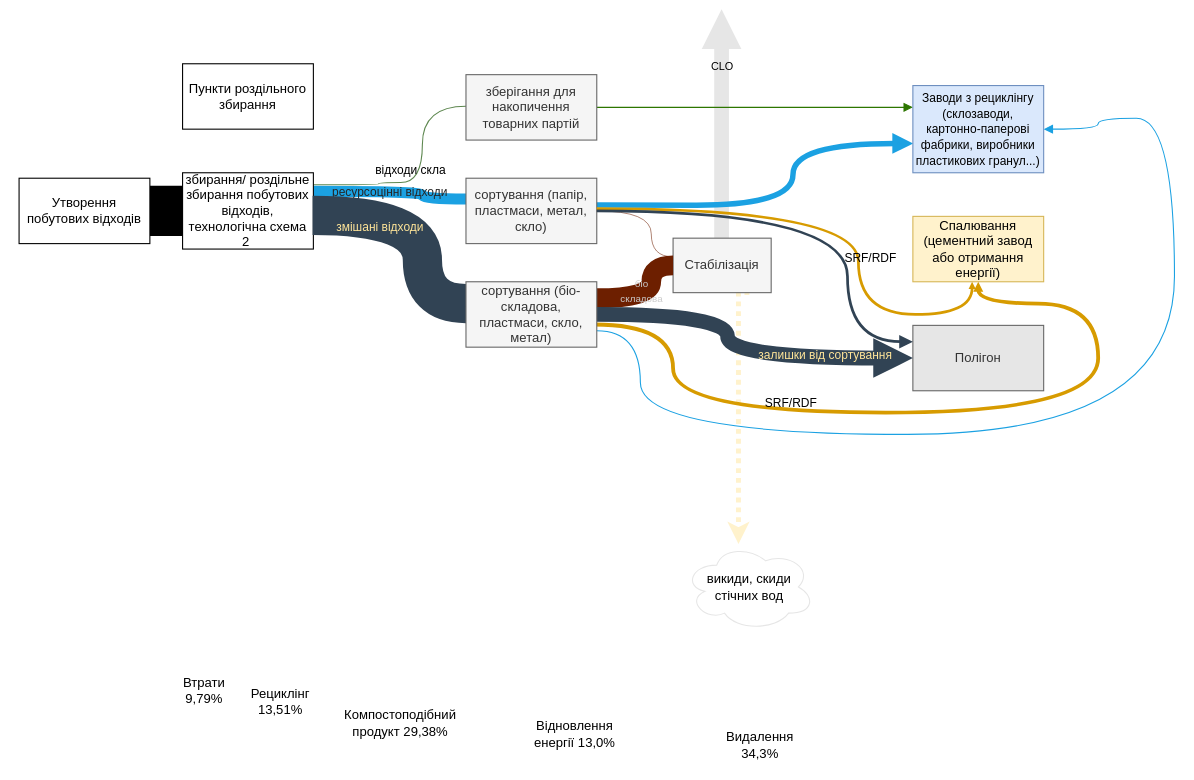
Before: page "Page-1" (1 of 2) of Untitled Diagram.drawio in dianaaiandor/diagram-di, a draw.io diagram. Source tidied: cells renumbered, new cells numbered last; positions are measured from the earlier drawing's top-left corner, leaving out a move shared by most shapes. Both pictures are drawn from the tidied source at 109%, with x=0, y=0 at pixel (19, 9).
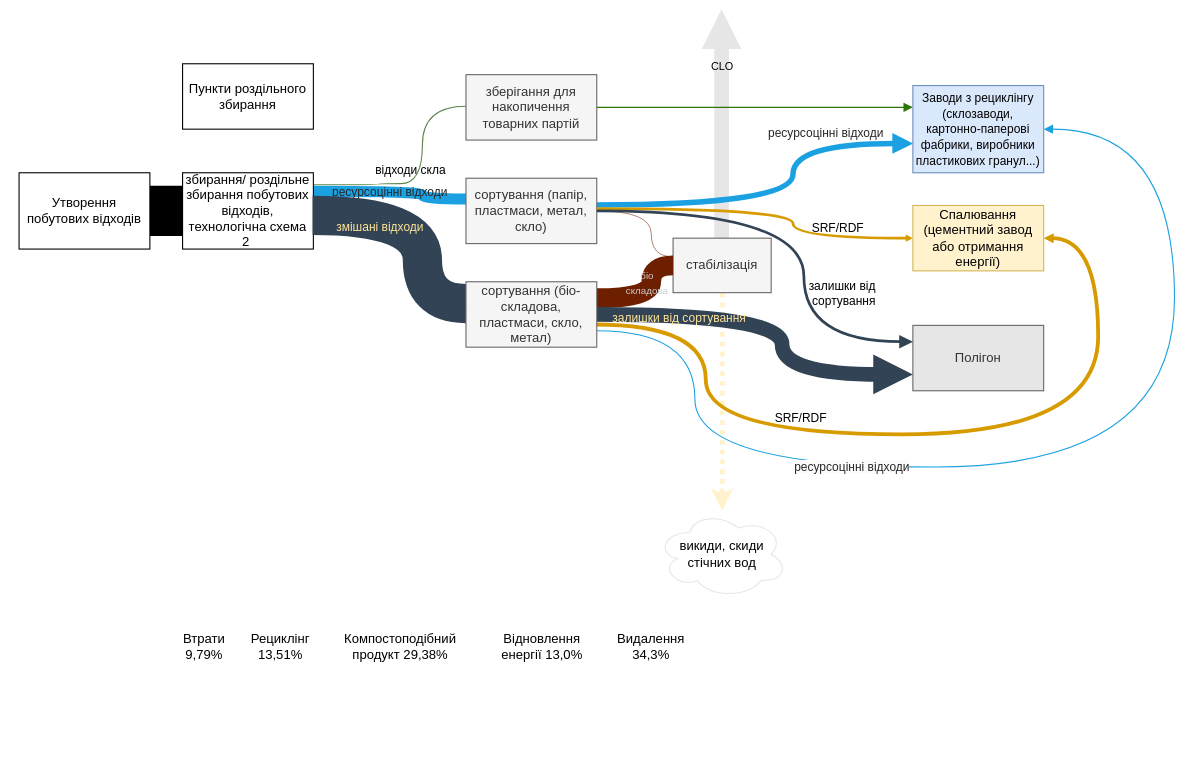
After the change.

Unchanged cells that the change refers to:
```xml
<mxCell id="15" value="сортування (папір, пластмаси, метал, скло)" style="whiteSpace=wrap;html=1;rounded=0;fillColor=#f5f5f5;fontColor=#333333;strokeColor=#666666;" parent="1" vertex="1">
  <mxGeometry x="410" y="155" width="120" height="60" as="geometry" />
</mxCell>
<mxCell id="16" value="&lt;font style=&quot;font-size: 11px;&quot;&gt;Заводи з рециклінгу (склозаводи, картонно-паперові фабрики, виробники пластикових гранул...)&lt;/font&gt;" style="whiteSpace=wrap;html=1;fillColor=#dae8fc;strokeColor=#6c8ebf;rounded=0;" parent="1" vertex="1">
  <mxGeometry x="820" y="70" width="120" height="80" as="geometry" />
</mxCell>
<mxCell id="19" value="Полігон" style="whiteSpace=wrap;html=1;fillColor=#E6E6E6;strokeColor=#666666;fontColor=#333333;" parent="1" vertex="1">
  <mxGeometry x="820" y="290" width="120" height="60" as="geometry" />
</mxCell>
<mxCell id="22" style="edgeStyle=orthogonalEdgeStyle;jettySize=auto;html=1;rounded=0;curved=1;strokeWidth=18;endArrow=none;endFill=0;fillColor=#a0522d;strokeColor=#6D1F00;exitX=1;exitY=0.25;exitDx=0;exitDy=0;entryX=0;entryY=0.5;entryDx=0;entryDy=0;" parent="1" edge="1" source="37" target="21">
  <mxGeometry relative="1" as="geometry">
    <Array as="points">
      <mxPoint x="580" y="265" />
      <mxPoint x="580" y="235" />
    </Array>
  </mxGeometry>
</mxCell>
<mxCell id="37" value="сортування (біо-складова, пластмаси, скло, метал)" style="rounded=0;whiteSpace=wrap;html=1;fillColor=#f5f5f5;fontColor=#333333;strokeColor=#666666;" parent="1" vertex="1">
  <mxGeometry x="410" y="250" width="120" height="60" as="geometry" />
</mxCell>
```

The edit, as a diff of the source:
```diff
@@
-    <mxCell id="4" style="edgeStyle=orthogonalEdgeStyle;rounded=0;jettySize=auto;html=1;strokeWidth=4.5;fillColor=#f9f7ed;strokeColor=#FFF2CC;dashed=1;dashPattern=1 1;" parent="1" edge="1" target="27">
+    <mxCell id="4" style="edgeStyle=orthogonalEdgeStyle;rounded=0;jettySize=auto;html=1;strokeWidth=4.5;fillColor=#f9f7ed;strokeColor=#FFF2CC;dashed=1;dashPattern=1 1;exitX=0.5;exitY=1;exitDx=0;exitDy=0;" parent="1" edge="1" source="21" target="27">
       <mxGeometry relative="1" as="geometry">
-        <mxPoint x="670" y="260" as="sourcePoint" />
         <Array as="points">
-          <mxPoint x="660" y="260" />
+          <mxPoint x="645" y="410" />
+          <mxPoint x="645" y="410" />
         </Array>
       </mxGeometry>
     </mxCell>
     <mxCell id="5" style="edgeStyle=orthogonalEdgeStyle;rounded=0;orthogonalLoop=1;jettySize=auto;html=1;curved=1;fillColor=#6d8764;strokeColor=#5D874F;endArrow=none;endFill=0;entryX=1;entryY=0.5;entryDx=0;entryDy=0;" parent="1" edge="1">
       <mxGeometry relative="1" as="geometry">
         <mxPoint x="270" y="161" as="sourcePoint" />
         <mxPoint x="410" y="89" as="targetPoint" />
         <Array as="points">
           <mxPoint x="330" y="161" />
-          <mxPoint x="330" y="159" />
-          <mxPoint x="370" y="159" />
+          <mxPoint x="330" y="160" />
+          <mxPoint x="370" y="160" />
           <mxPoint x="370" y="89" />
         </Array>
       </mxGeometry>
     </mxCell>
@@
-    <mxCell id="10" style="edgeStyle=orthogonalEdgeStyle;rounded=0;jettySize=auto;html=1;curved=1;entryX=0.5;entryY=1;entryDx=0;entryDy=0;strokeWidth=3.5;fillColor=#ffcd28;strokeColor=#d79b00;gradientColor=#ffa500;exitX=0.982;exitY=0.653;exitDx=0;exitDy=0;endArrow=block;endFill=1;exitPerimeter=0;endSize=0;" parent="1" edge="1" source="37" target="39">
+    <mxCell id="10" style="edgeStyle=orthogonalEdgeStyle;rounded=0;jettySize=auto;html=1;curved=1;entryX=1;entryY=0.5;entryDx=0;entryDy=0;strokeWidth=3.5;fillColor=#ffcd28;strokeColor=#d79b00;gradientColor=#ffa500;exitX=0.982;exitY=0.653;exitDx=0;exitDy=0;endArrow=block;endFill=1;exitPerimeter=0;endSize=0;" parent="1" edge="1" source="37" target="39">
       <mxGeometry relative="1" as="geometry">
         <Array as="points">
-          <mxPoint x="600" y="289" />
-          <mxPoint x="600" y="370" />
-          <mxPoint x="990" y="370" />
-          <mxPoint x="990" y="270" />
-          <mxPoint x="880" y="270" />
+          <mxPoint x="630" y="289" />
+          <mxPoint x="630" y="390" />
+          <mxPoint x="990" y="390" />
+          <mxPoint x="990" y="210" />
         </Array>
       </mxGeometry>
     </mxCell>
     <mxCell id="11" value="SRF/RDF" style="edgeLabel;html=1;align=center;verticalAlign=middle;labelBackgroundColor=none;" parent="10" vertex="1">
       <mxGeometry x="-0.56" y="-15" relative="1" as="geometry">
-        <mxPoint x="90" y="-25" as="offset" />
+        <mxPoint x="101" y="13" as="offset" />
       </mxGeometry>
     </mxCell>
@@
     <mxCell id="14" style="edgeStyle=orthogonalEdgeStyle;rounded=0;jettySize=auto;html=1;curved=1;strokeWidth=5;fillColor=#1ba1e2;strokeColor=#1BA1E2;endArrow=block;endFill=1;entryX=0.002;entryY=0.664;entryDx=0;entryDy=0;exitX=0.988;exitY=0.409;exitDx=0;exitDy=0;exitPerimeter=0;entryPerimeter=0;" parent="1" edge="1" source="15" target="16">
       <mxGeometry relative="1" as="geometry">
         <Array as="points">
-          <mxPoint x="530" y="180" />
-          <mxPoint x="710" y="180" />
-          <mxPoint x="710" y="130" />
+          <mxPoint x="710" y="179" />
+          <mxPoint x="710" y="123" />
         </Array>
       </mxGeometry>
     </mxCell>
+    <mxCell id="41" value="&lt;span style=&quot;caret-color: rgb(38, 38, 38); color: rgb(38, 38, 38);&quot;&gt;&lt;font face=&quot;Helvetica&quot;&gt;ресурсоцінні відходи&lt;/font&gt;&lt;/span&gt;" style="edgeLabel;html=1;align=center;verticalAlign=middle;labelBackgroundColor=none;" parent="14" vertex="1">
+      <mxGeometry x="-0.18" y="5" relative="1" as="geometry">
+        <mxPoint x="68" y="-61" as="offset" />
+      </mxGeometry>
+    </mxCell>
@@
-    <mxCell id="17" style="edgeStyle=orthogonalEdgeStyle;jettySize=auto;html=1;rounded=0;curved=1;strokeWidth=2.5;fillColor=#ffcd28;strokeColor=#d79b00;gradientColor=#ffa500;startArrow=none;startFill=0;endArrow=block;endFill=1;exitX=1;exitY=0.5;exitDx=0;exitDy=0;entryX=0.453;entryY=1.001;entryDx=0;entryDy=0;entryPerimeter=0;endSize=0;" parent="1" edge="1" target="39">
+    <mxCell id="17" style="edgeStyle=orthogonalEdgeStyle;jettySize=auto;html=1;rounded=0;curved=1;strokeWidth=2.5;fillColor=#ffcd28;strokeColor=#d79b00;gradientColor=#ffa500;startArrow=none;startFill=0;endArrow=block;endFill=1;exitX=1;exitY=0.5;exitDx=0;exitDy=0;endSize=0;entryX=0;entryY=0.5;entryDx=0;entryDy=0;" parent="1" edge="1" target="39">
       <mxGeometry relative="1" as="geometry">
         <mxPoint x="530" y="183" as="sourcePoint" />
         <Array as="points">
-          <mxPoint x="770" y="183" />
-          <mxPoint x="770" y="280" />
-          <mxPoint x="874" y="280" />
+          <mxPoint x="710" y="183" />
+          <mxPoint x="710" y="210" />
         </Array>
       </mxGeometry>
     </mxCell>
     <mxCell id="18" value="SRF/RDF" style="edgeLabel;html=1;align=center;verticalAlign=middle;labelBackgroundColor=none;" parent="17" vertex="1">
       <mxGeometry x="0.25" relative="1" as="geometry">
-        <mxPoint x="10" y="-11" as="offset" />
+        <mxPoint x="40" y="-1" as="offset" />
       </mxGeometry>
     </mxCell>
@@
-    <mxCell id="21" value="Стабілізація" style="whiteSpace=wrap;html=1;fillColor=#f5f5f5;fontColor=#333333;strokeColor=#666666;" parent="1" vertex="1">
+    <mxCell id="21" value="стабілізація" style="whiteSpace=wrap;html=1;fillColor=#f5f5f5;fontColor=#333333;strokeColor=#666666;" parent="1" vertex="1">
       <mxGeometry x="600" y="210" width="90" height="50" as="geometry" />
     </mxCell>
@@
     <mxCell id="23" value="&lt;span style=&quot;white-space: normal; caret-color: rgb(51, 51, 51); text-align: left;&quot;&gt;&lt;font style=&quot;font-size: 9px;&quot; face=&quot;Helvetica&quot;&gt;біо складова&lt;/font&gt;&lt;/span&gt;" style="edgeLabel;html=1;align=center;verticalAlign=middle;labelBackgroundColor=none;fontColor=#CCCCCC;" parent="22" vertex="1">
       <mxGeometry x="0.12" y="3" relative="1" as="geometry">
-        <mxPoint x="-7" y="-2" as="offset" />
+        <mxPoint x="-2" y="-9" as="offset" />
       </mxGeometry>
     </mxCell>
-    <mxCell id="24" style="edgeStyle=orthogonalEdgeStyle;jettySize=auto;html=1;rounded=0;curved=1;exitX=1;exitY=0.5;exitDx=0;exitDy=0;strokeWidth=13.5;fillColor=#647687;strokeColor=#314354;endArrow=block;endFill=1;endSize=1;" parent="1" edge="1" source="37" target="19">
+    <mxCell id="24" style="edgeStyle=orthogonalEdgeStyle;jettySize=auto;html=1;rounded=0;curved=1;exitX=1;exitY=0.5;exitDx=0;exitDy=0;strokeWidth=13.5;fillColor=#647687;strokeColor=#314354;endArrow=block;endFill=1;endSize=1;entryX=0;entryY=0.75;entryDx=0;entryDy=0;" parent="1" edge="1" source="37" target="19">
       <mxGeometry relative="1" as="geometry">
         <Array as="points">
-          <mxPoint x="650" y="280" />
-          <mxPoint x="650" y="320" />
+          <mxPoint x="700" y="280" />
+          <mxPoint x="700" y="335" />
         </Array>
       </mxGeometry>
     </mxCell>
     <mxCell id="25" value="залишки від сортування&amp;nbsp;" style="edgeLabel;html=1;align=center;verticalAlign=middle;labelBackgroundColor=none;fontColor=#FFE599;" parent="24" vertex="1">
       <mxGeometry x="-0.2" y="-1" relative="1" as="geometry">
-        <mxPoint x="91" y="24" as="offset" />
+        <mxPoint x="-62" y="1" as="offset" />
       </mxGeometry>
     </mxCell>
     <mxCell id="26" style="edgeStyle=orthogonalEdgeStyle;jettySize=auto;html=1;rounded=0;curved=1;fillColor=#1ba1e2;strokeColor=#1BA1E2;endArrow=block;endFill=1;exitX=1;exitY=0.75;exitDx=0;exitDy=0;entryX=1;entryY=0.5;entryDx=0;entryDy=0;" parent="1" edge="1" source="37" target="16">
       <mxGeometry relative="1" as="geometry">
         <Array as="points">
-          <mxPoint x="570" y="295" />
-          <mxPoint x="570" y="390" />
-          <mxPoint x="1060" y="390" />
-          <mxPoint x="1060" y="100" />
-          <mxPoint x="990" y="100" />
-          <mxPoint x="990" y="110" />
+          <mxPoint x="620" y="295" />
+          <mxPoint x="620" y="420" />
+          <mxPoint x="1060" y="420" />
+          <mxPoint x="1060" y="110" />
         </Array>
       </mxGeometry>
     </mxCell>
+    <mxCell id="42" value="&lt;span style=&quot;caret-color: rgb(38, 38, 38); color: rgb(38, 38, 38); font-family: Arial; background-color: rgb(251, 251, 251);&quot;&gt;ресурсоцінні відходи&lt;/span&gt;" style="edgeLabel;html=1;align=center;verticalAlign=middle;" parent="26" vertex="1">
+      <mxGeometry x="-0.34" y="1" relative="1" as="geometry" />
+    </mxCell>
     <mxCell id="27" value="викиди, скиди стічних вод" style="ellipse;shape=cloud;whiteSpace=wrap;html=1;strokeColor=#E6E6E6;" parent="1" vertex="1">
-      <mxGeometry x="610" y="490" width="120" height="80" as="geometry" />
+      <mxGeometry x="585" y="460" width="120" height="80" as="geometry" />
     </mxCell>
     <mxCell id="28" value="Рециклінг 13,51%" style="text;strokeColor=none;align=center;fillColor=none;html=1;verticalAlign=middle;whiteSpace=wrap;rounded=0;" parent="1" vertex="1">
-      <mxGeometry x="210" y="620" width="60" height="30" as="geometry" />
+      <mxGeometry x="210" y="570" width="60" height="30" as="geometry" />
     </mxCell>
     <mxCell id="29" value="Відновлення енергії 13,0%" style="text;strokeColor=none;align=center;fillColor=none;html=1;verticalAlign=middle;whiteSpace=wrap;rounded=0;" parent="1" vertex="1">
-      <mxGeometry x="460" y="650" width="100" height="30" as="geometry" />
+      <mxGeometry x="430" y="570" width="100" height="30" as="geometry" />
     </mxCell>
     <mxCell id="30" value="Видалення 34,3%" style="text;strokeColor=none;align=center;fillColor=none;html=1;verticalAlign=middle;whiteSpace=wrap;rounded=0;" parent="1" vertex="1">
-      <mxGeometry x="630" y="660" width="100" height="30" as="geometry" />
+      <mxGeometry x="530" y="570" width="100" height="30" as="geometry" />
     </mxCell>
     <mxCell id="31" value="Компостоподібний продукт 29,38%" style="text;strokeColor=none;align=center;fillColor=none;html=1;verticalAlign=middle;whiteSpace=wrap;rounded=0;" parent="1" vertex="1">
-      <mxGeometry x="290" y="640" width="120" height="30" as="geometry" />
+      <mxGeometry x="290" y="570" width="120" height="30" as="geometry" />
     </mxCell>
     <mxCell id="32" value="Втрати 9,79%" style="text;strokeColor=none;align=center;fillColor=none;html=1;verticalAlign=middle;whiteSpace=wrap;rounded=0;" parent="1" vertex="1">
-      <mxGeometry x="140" y="610" width="60" height="30" as="geometry" />
+      <mxGeometry x="140" y="570" width="60" height="30" as="geometry" />
     </mxCell>
@@
     <mxCell id="34" value="Утворення побутових відходів" style="whiteSpace=wrap;html=1;" parent="1" vertex="1">
-      <mxGeometry y="155" width="120" height="60" as="geometry" />
+      <mxGeometry y="150" width="120" height="70" as="geometry" />
     </mxCell>
@@
     <mxCell id="38" style="edgeStyle=orthogonalEdgeStyle;jettySize=auto;html=1;rounded=0;curved=1;strokeWidth=2.5;fillColor=#647687;strokeColor=#314354;entryX=0;entryY=0.25;entryDx=0;entryDy=0;endArrow=block;endFill=1;exitX=1;exitY=0.5;exitDx=0;exitDy=0;" parent="1" edge="1" source="15" target="19">
       <mxGeometry relative="1" as="geometry">
         <Array as="points">
-          <mxPoint x="760" y="185" />
-          <mxPoint x="760" y="305" />
+          <mxPoint x="720" y="185" />
+          <mxPoint x="720" y="305" />
         </Array>
       </mxGeometry>
     </mxCell>
+    <mxCell id="43" value="&lt;span style=&quot;caret-color: rgb(255, 229, 153);&quot;&gt;залишки від&lt;/span&gt;&lt;div&gt;&lt;span style=&quot;caret-color: rgb(255, 229, 153);&quot;&gt;&amp;nbsp;сортування&lt;/span&gt;&lt;/div&gt;" style="edgeLabel;html=1;align=center;verticalAlign=middle;labelBackgroundColor=none;fontColor=#000000;" parent="38" vertex="1">
+      <mxGeometry x="0.3" y="-11" relative="1" as="geometry">
+        <mxPoint x="45" y="-2" as="offset" />
+      </mxGeometry>
+    </mxCell>
     <mxCell id="39" value="Спалювання (цементний завод або отримання енергії)" style="whiteSpace=wrap;html=1;fillColor=#fff2cc;strokeColor=#d6b656;" parent="1" vertex="1">
-      <mxGeometry x="820" y="190" width="120" height="60" as="geometry" />
+      <mxGeometry x="820" y="180" width="120" height="60" as="geometry" />
     </mxCell>
```
